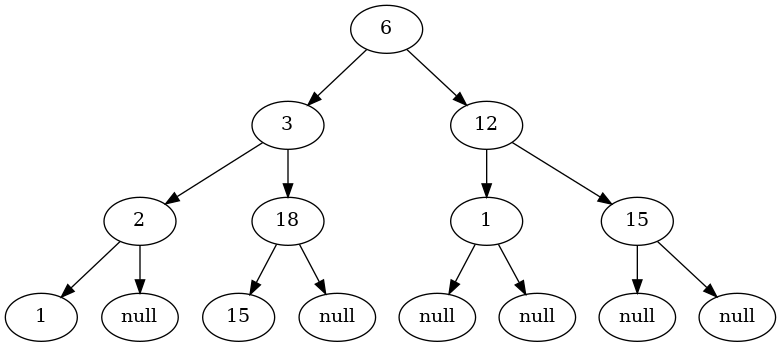
Before: lab_4a/tree.dot.png, a diagram exported from Graphviz (menellyn/algoritms). Its source is kept beside it as lab_4a/tree.dot. Source of this version:
```dot
digraph tree{
n0 [label=6] ;
n1 [label=3] ;
n0->n1;
n2 [label=12] ;
n0->n2;
n1 [label=3] ;
n3 [label=2] ;
n1->n3;
n4 [label=4] ;
n1->n4;
n2 [label=12] ;
n5 [label=6] ;
n2->n5;
n6 [label=18] ;
n2->n6;
n3 [label=2] ;
n7 [label=1] ;
n3->n7;
n8 [label=null] ;
n3->n8;
n4 [label=4] ;
n9 [label=null] ;
n4->n9;
n10 [label=null] ;
n4->n10;
n5 [label=6] ;
n11 [label=null] ;
n5->n11;
n12 [label=null] ;
n5->n12;
n6 [label=18] ;
n13 [label=15] ;
n6->n13;
n14 [label=null] ;
n6->n14;
n7 [label=1] ;
n15 [label=null] ;
n7->n15;
n16 [label=null] ;
n7->n16;
n8 [label=15] ;
n17 [label=null] ;
n8->n17;
n18 [label=17] ;
n8->n18;
n9 [label=17] ;
n19 [label=null] ;
n9->n19;
n20 [label=null] ;
n9->n20;
}
```
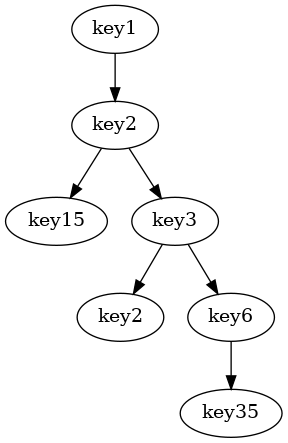
After the commit.

Commit message:
Fix draw function, add menu and fill_tree using file

The edit, as a diff of the source:
```diff
@@ -1,52 +1,21 @@
 digraph tree{
-n0 [label=6] ;
-n1 [label=3] ;
-n0->n1;
-n2 [label=12] ;
-n0->n2;
-n1 [label=3] ;
-n3 [label=2] ;
-n1->n3;
-n4 [label=4] ;
-n1->n4;
-n2 [label=12] ;
-n5 [label=6] ;
-n2->n5;
-n6 [label=18] ;
-n2->n6;
-n3 [label=2] ;
-n7 [label=1] ;
-n3->n7;
-n8 [label=null] ;
-n3->n8;
-n4 [label=4] ;
-n9 [label=null] ;
-n4->n9;
-n10 [label=null] ;
-n4->n10;
-n5 [label=6] ;
-n11 [label=null] ;
-n5->n11;
-n12 [label=null] ;
-n5->n12;
-n6 [label=18] ;
-n13 [label=15] ;
-n6->n13;
-n14 [label=null] ;
-n6->n14;
-n7 [label=1] ;
-n15 [label=null] ;
-n7->n15;
-n16 [label=null] ;
-n7->n16;
-n8 [label=15] ;
-n17 [label=null] ;
-n8->n17;
-n18 [label=17] ;
-n8->n18;
-n9 [label=17] ;
-n19 [label=null] ;
-n9->n19;
-n20 [label=null] ;
-n9->n20;
+key11 [label=key1] ;
+key21 [label=key2] ;
+key11->key21;
+key21 [label=key2] ;
+key151 [label=key15] ;
+key21->key151;
+key31 [label=key3] ;
+key21->key31;
+key151 [label=key15] ;
+key31 [label=key3] ;
+key22 [label=key2] ;
+key31->key22;
+key61 [label=key6] ;
+key31->key61;
+key22 [label=key2] ;
+key61 [label=key6] ;
+key351 [label=key35] ;
+key61->key351;
+key351 [label=key35] ;
 }
```
